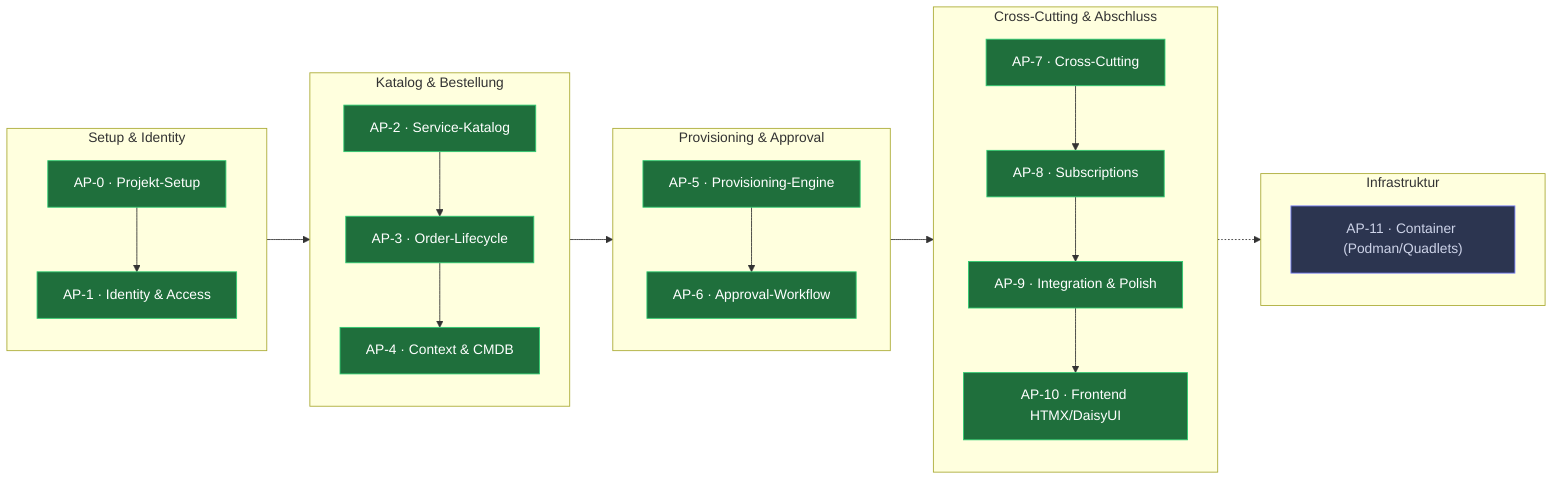
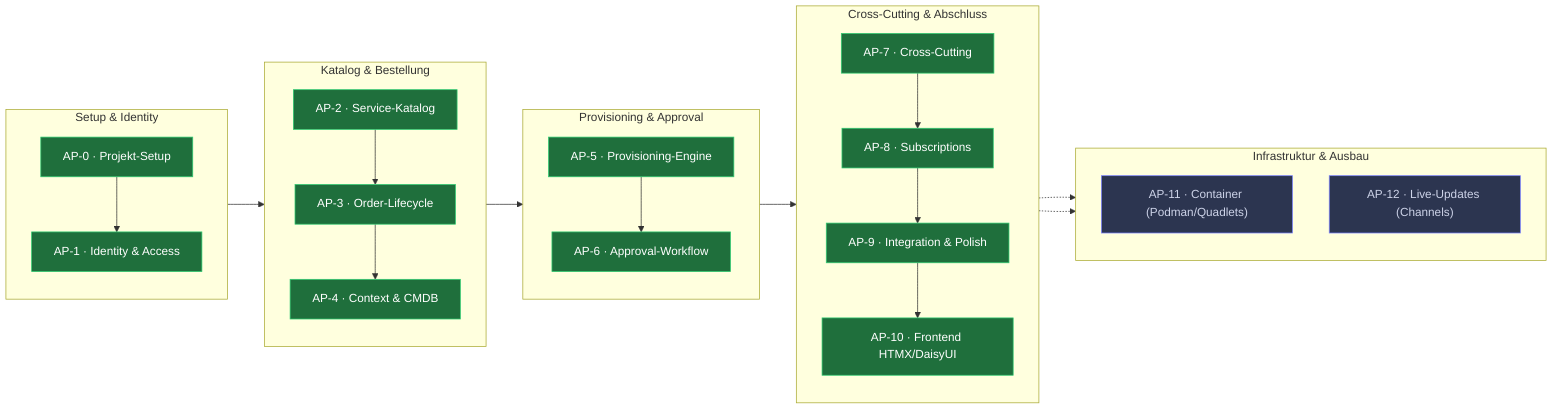
flowchart LR
    classDef done fill:#1f6f3c,stroke:#2ecc71,color:#ffffff;
    classDef wip  fill:#7a5c00,stroke:#f1c40f,color:#ffffff;
    classDef plan fill:#2c3550,stroke:#7c83ff,color:#cdd3e8;

    subgraph SETUP["Setup & Identity"]
        direction TB
        AP0["AP-0 · Projekt-Setup"]:::done
        AP1["AP-1 · Identity & Access"]:::done
    end
    subgraph CORE["Katalog & Bestellung"]
        direction TB
        AP2["AP-2 · Service-Katalog"]:::done
        AP3["AP-3 · Order-Lifecycle"]:::done
        AP4["AP-4 · Context & CMDB"]:::done
    end
    subgraph FLOW["Provisioning & Approval"]
        direction TB
        AP5["AP-5 · Provisioning-Engine"]:::done
        AP6["AP-6 · Approval-Workflow"]:::done
    end
    subgraph CROSS["Cross-Cutting & Abschluss"]
        direction TB
        AP7["AP-7 · Cross-Cutting"]:::done
        AP8["AP-8 · Subscriptions"]:::done
        AP9["AP-9 · Integration & Polish"]:::done
        AP10["AP-10 · Frontend HTMX/DaisyUI"]:::done
    end
-     subgraph INFRA["Infrastruktur"]
+     subgraph INFRA["Infrastruktur & Ausbau"]
        direction TB
        AP11["AP-11 · Container (Podman/Quadlets)"]:::plan
+         AP12["AP-12 · Live-Updates (Channels)"]:::plan
    end

    AP0 --> AP1 --> AP2 --> AP3 --> AP4
    AP4 --> AP5 --> AP6
    AP6 --> AP7 --> AP8 --> AP9 --> AP10
    AP9 -.-> AP11
+     AP10 -.-> AP12
